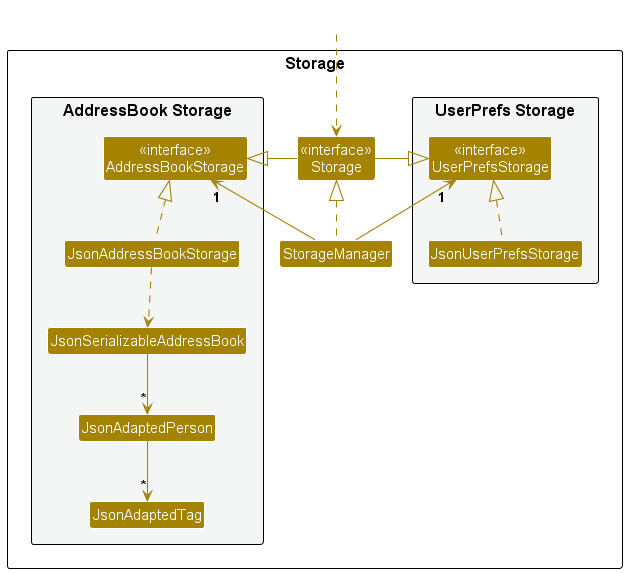
Before: docs/images/StorageClassDiagram.png, a diagram exported from PlantUML (nus-cs2103-AY2324S2/tp).
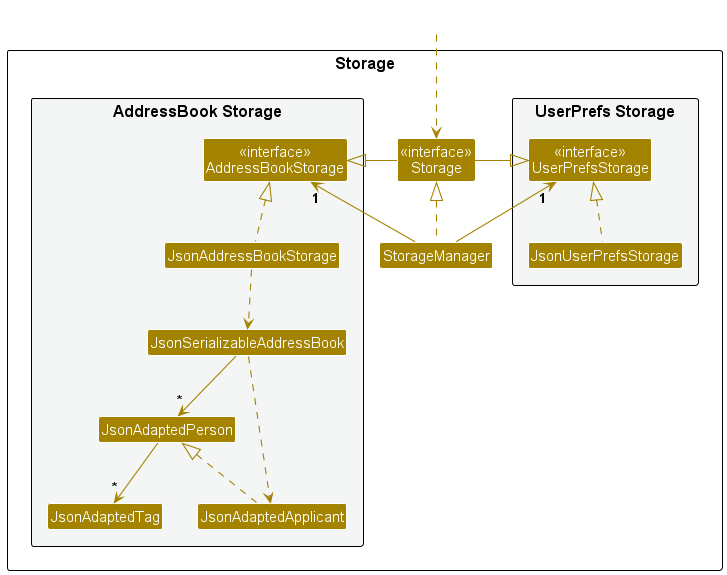
After the change.

Diff of the diagram source:
```diff
@@ -20,6 +20,7 @@
 Class JsonSerializableAddressBook
 Class JsonAdaptedPerson
 Class JsonAdaptedTag
+Class JsonAdaptedApplicant
 }
 
 }
@@ -39,5 +40,7 @@
 JsonAddressBookStorage ..> JsonSerializableAddressBook
 JsonSerializableAddressBook --> "*" JsonAdaptedPerson
 JsonAdaptedPerson --> "*" JsonAdaptedTag
+JsonAdaptedApplicant .up.|> JsonAdaptedPerson
+JsonSerializableAddressBook ..> JsonAdaptedApplicant
 
 @enduml
```
